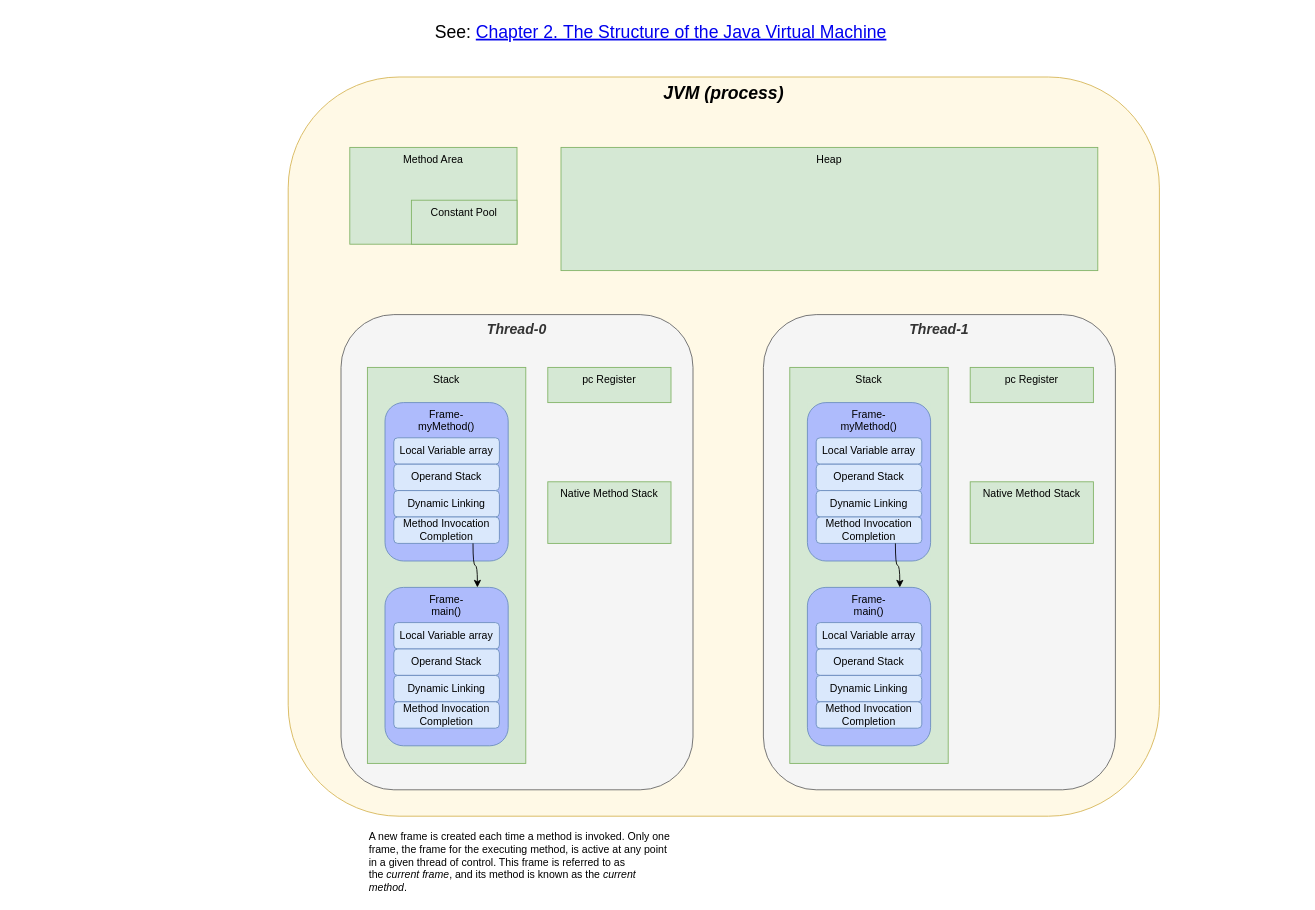
Before: page "JVM Specification Overview" (1 of 2) of Java/JVM/JVM-overview.drawio in xzhhzx/study-note, a draw.io diagram. Source tidied: cells renumbered, new cells numbered last; positions are measured from the earlier drawing's top-left corner, leaving out a move shared by most shapes. Both pictures are drawn from the tidied source at 88%, with x=0, y=0 at pixel (288, 15).
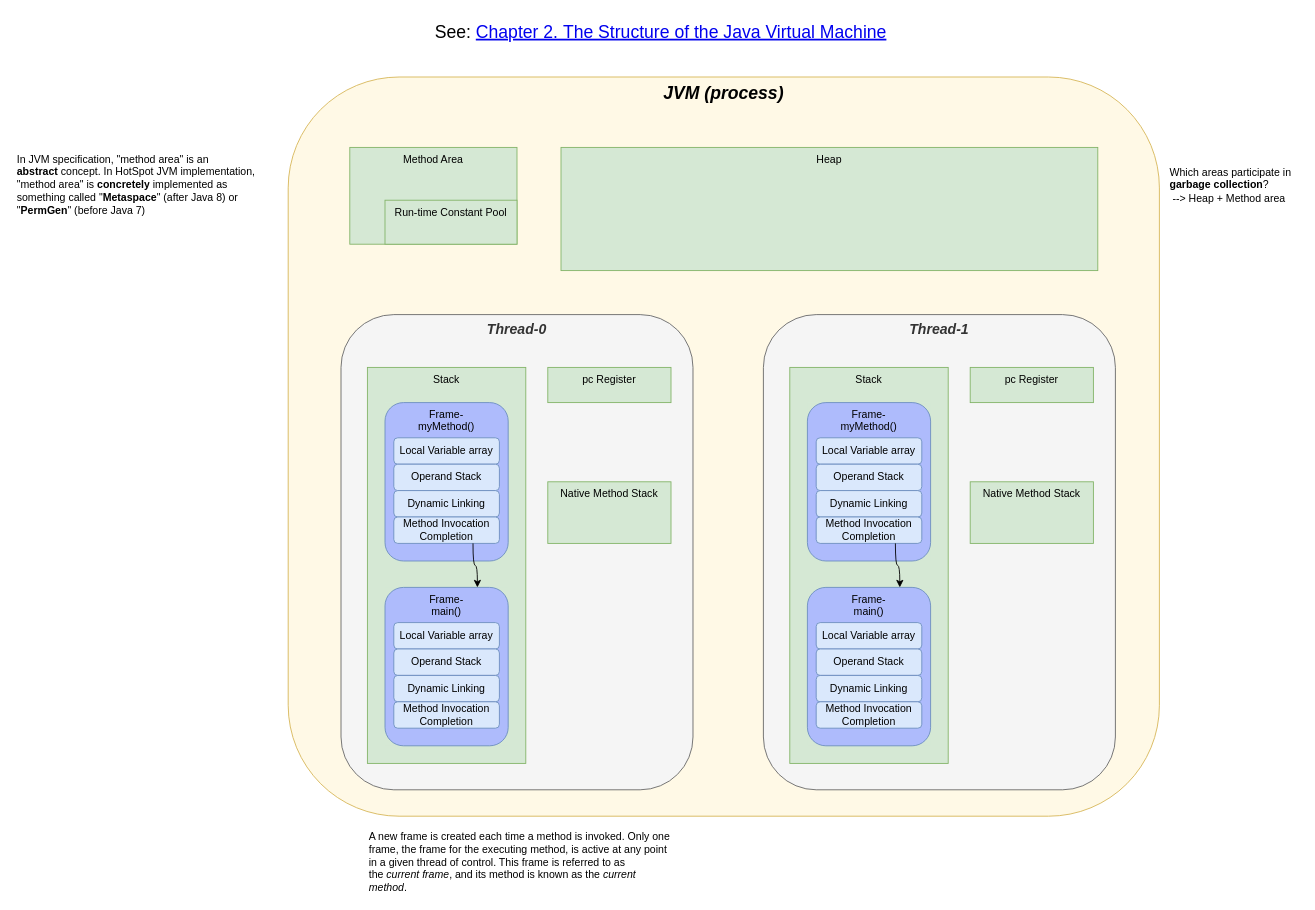
Above is the later version.

The edit, as a diff of the source:
```diff
@@
-    <mxCell id="41" value="Constant Pool" style="rounded=0;whiteSpace=wrap;html=1;verticalAlign=top;fillColor=#d5e8d4;strokeColor=#82b366;" parent="1" vertex="1">
-      <mxGeometry x="140" y="210" width="120" height="50" as="geometry" />
+    <mxCell id="41" value="Run-time Constant Pool" style="rounded=0;whiteSpace=wrap;html=1;verticalAlign=top;fillColor=#d5e8d4;strokeColor=#82b366;" parent="1" vertex="1">
+      <mxGeometry x="110" y="210" width="150" height="50" as="geometry" />
     </mxCell>
+    <mxCell id="42" value="&lt;font face=&quot;Arial, Helvetica, sans-serif&quot;&gt;&lt;span style=&quot;background-color: rgb(255, 255, 255);&quot;&gt;In JVM specification, &quot;method area&quot; is an &lt;b&gt;abstract&lt;/b&gt;&amp;nbsp;concept. In HotSpot JVM implementation, &quot;method area&quot; is&amp;nbsp;&lt;/span&gt;&lt;/font&gt;&lt;span style=&quot;font-family: Arial, Helvetica, sans-serif; background-color: rgb(255, 255, 255);&quot;&gt;&lt;b&gt;concretely&lt;/b&gt;&lt;/span&gt;&lt;font face=&quot;Arial, Helvetica, sans-serif&quot;&gt;&lt;span style=&quot;background-color: rgb(255, 255, 255);&quot;&gt;&amp;nbsp;implemented as something called &quot;&lt;b&gt;Metaspace&lt;/b&gt;&quot; (after Java 8) or &quot;&lt;b&gt;PermGen&lt;/b&gt;&quot; (before Java 7)&lt;/span&gt;&lt;/font&gt;" style="text;whiteSpace=wrap;html=1;" parent="1" vertex="1">
+      <mxGeometry x="-310" y="150" width="280" height="80" as="geometry" />
+    </mxCell>
+    <mxCell id="43" value="&lt;font face=&quot;Arial, Helvetica, sans-serif&quot;&gt;&lt;span style=&quot;background-color: rgb(255, 255, 255);&quot;&gt;Which areas participate in &lt;b&gt;garbage collection&lt;/b&gt;?&lt;/span&gt;&lt;/font&gt;&lt;div&gt;&lt;font face=&quot;Arial, Helvetica, sans-serif&quot;&gt;&lt;span style=&quot;background-color: rgb(255, 255, 255);&quot;&gt;&amp;nbsp;--&amp;gt; Heap + Method area&lt;/span&gt;&lt;/font&gt;&lt;/div&gt;" style="text;whiteSpace=wrap;html=1;" parent="1" vertex="1">
+      <mxGeometry x="1000" y="165" width="150" height="80" as="geometry" />
+    </mxCell>
```
